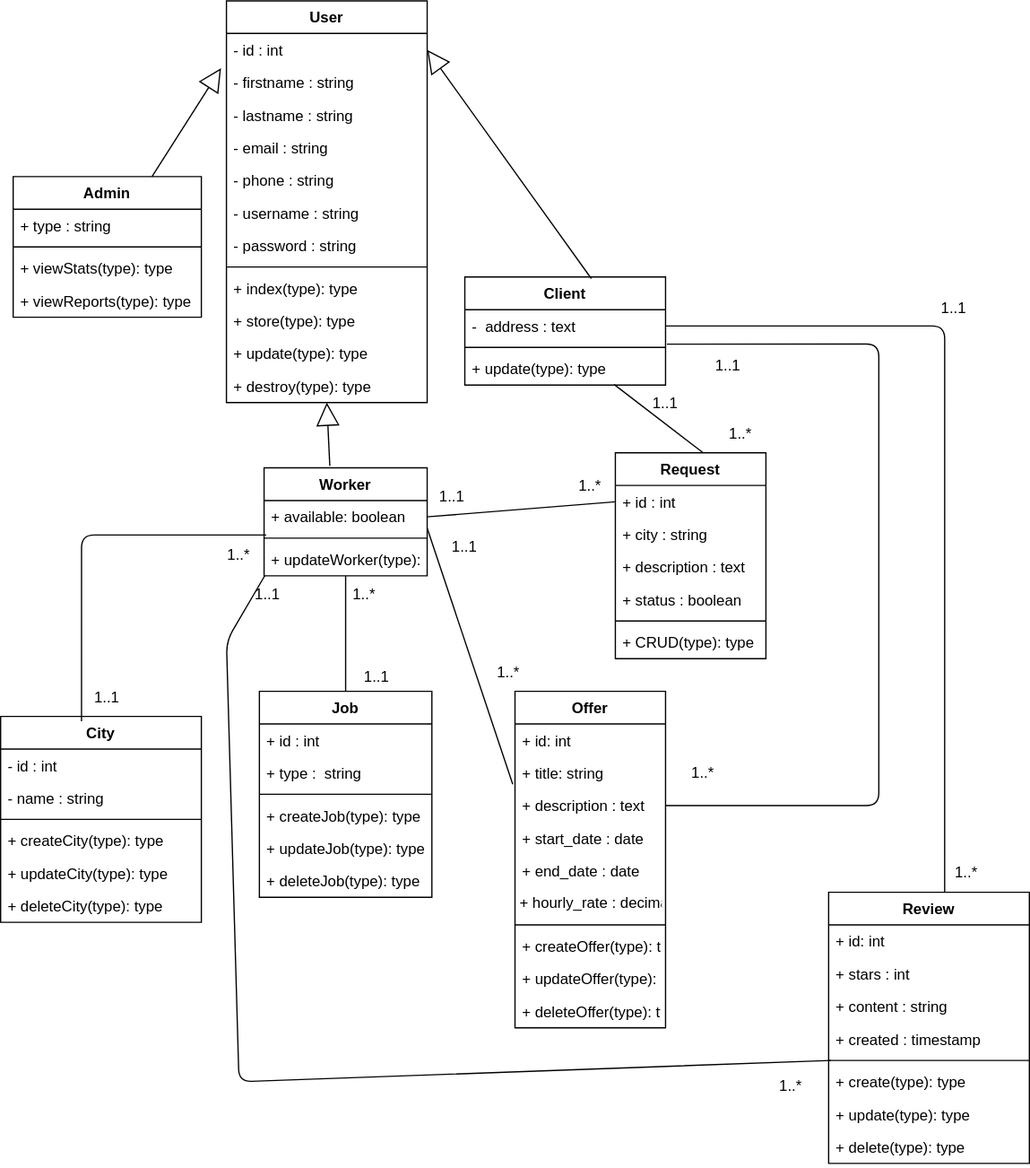
Before: Conception/DCLASSE.drawio.svg, a diagram exported from draw.io (abdelalicode/BRICOOL). Source tidied: cells renumbered, new cells last; positions are measured from the earlier drawing's top-left corner, leaving out a move shared by most shapes.
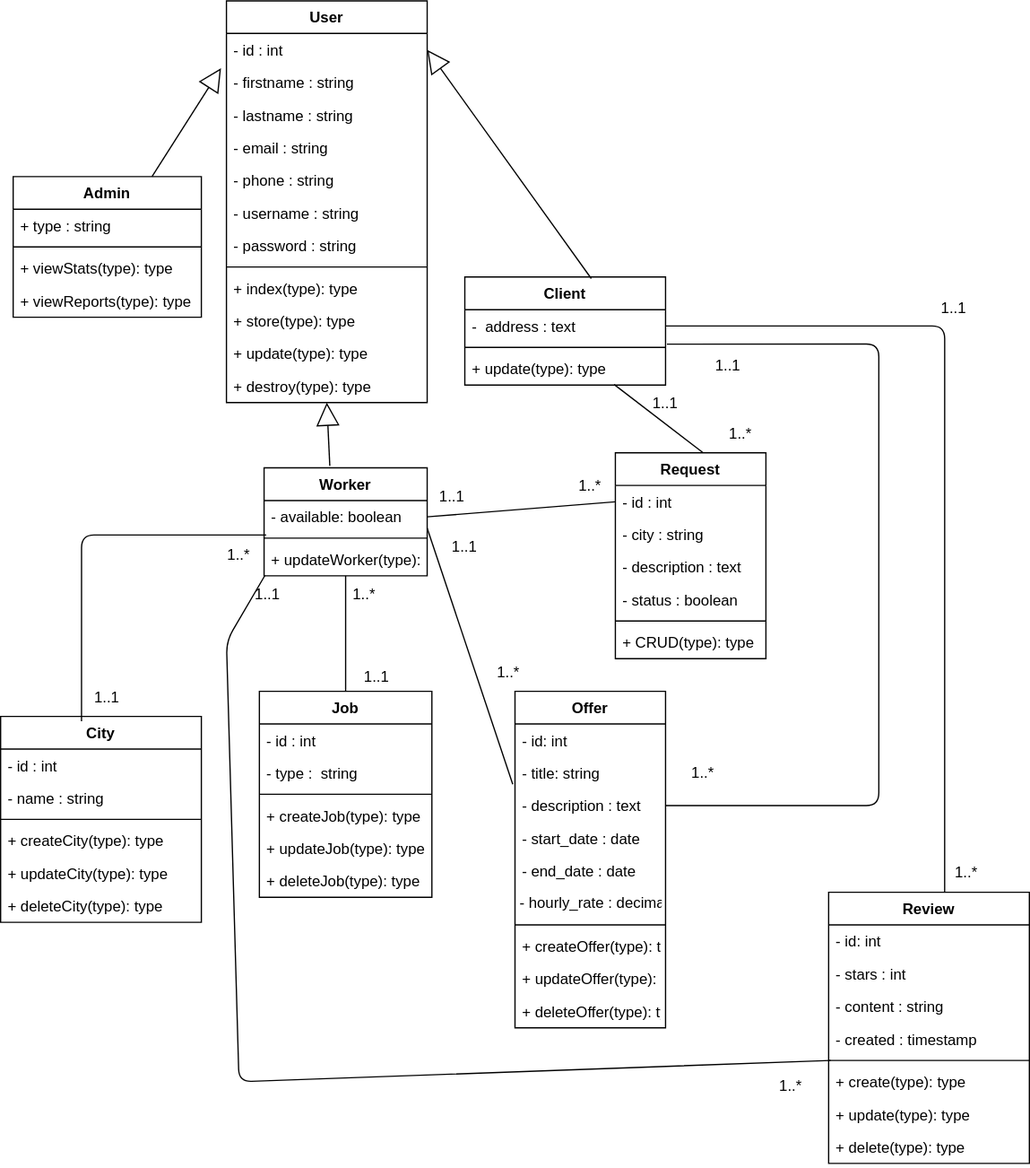
After the change.

The edit, as a diff of the source:
```diff
@@ -20,7 +20,7 @@
     <mxCell id="7" value="Worker" style="swimlane;fontStyle=1;align=center;verticalAlign=top;horizontal=1;startSize=26;" parent="1" vertex="1">
       <mxGeometry x="210" y="372" width="130" height="86" as="geometry" />
     </mxCell>
-    <mxCell id="8" value="+ available: boolean" style="text;strokeColor=none;fillColor=none;align=left;verticalAlign=top;spacingLeft=4;spacingRight=4;overflow=hidden;points=[[0,0.5],[1,0.5]];portConstraint=eastwest;" parent="7" vertex="1">
+    <mxCell id="8" value="- available: boolean" style="text;strokeColor=none;fillColor=none;align=left;verticalAlign=top;spacingLeft=4;spacingRight=4;overflow=hidden;points=[[0,0.5],[1,0.5]];portConstraint=eastwest;" parent="7" vertex="1">
       <mxGeometry y="26" width="130" height="26" as="geometry" />
     </mxCell>
     <mxCell id="9" style="line;strokeWidth=1;fillColor=none;align=left;verticalAlign=middle;spacingTop=-1;spacingLeft=3;spacingRight=3;labelPosition=right;strokeColor=inherit;" parent="7" vertex="1">
@@ -104,10 +104,10 @@
     <mxCell id="35" value="Job" style="swimlane;fontStyle=1;align=center;verticalAlign=top;horizontal=1;startSize=26;" parent="1" vertex="1">
       <mxGeometry x="206.2" y="550" width="137.5" height="164" as="geometry" />
     </mxCell>
-    <mxCell id="36" value="+ id : int" style="text;strokeColor=none;fillColor=none;align=left;verticalAlign=top;spacingLeft=4;spacingRight=4;overflow=hidden;" parent="35" vertex="1">
+    <mxCell id="36" value="- id : int" style="text;strokeColor=none;fillColor=none;align=left;verticalAlign=top;spacingLeft=4;spacingRight=4;overflow=hidden;" parent="35" vertex="1">
       <mxGeometry y="26" width="137.5" height="26" as="geometry" />
     </mxCell>
-    <mxCell id="37" value="+ type :  string" style="text;strokeColor=none;fillColor=none;align=left;verticalAlign=top;spacingLeft=4;spacingRight=4;overflow=hidden;" parent="35" vertex="1">
+    <mxCell id="37" value="- type :  string" style="text;strokeColor=none;fillColor=none;align=left;verticalAlign=top;spacingLeft=4;spacingRight=4;overflow=hidden;" parent="35" vertex="1">
       <mxGeometry y="52" width="137.5" height="26" as="geometry" />
     </mxCell>
     <mxCell id="38" style="line;strokeWidth=1;fillColor=none;align=left;verticalAlign=middle;spacingTop=-1;spacingLeft=3;spacingRight=3;labelPosition=right;strokeColor=inherit;" parent="35" vertex="1">
@@ -125,16 +125,16 @@
     <mxCell id="42" value="Request" style="swimlane;fontStyle=1;align=center;verticalAlign=top;horizontal=1;startSize=26;" parent="1" vertex="1">
       <mxGeometry x="490" y="360" width="120" height="164" as="geometry" />
     </mxCell>
-    <mxCell id="43" value="+ id : int" style="text;strokeColor=none;fillColor=none;align=left;verticalAlign=top;spacingLeft=4;spacingRight=4;overflow=hidden;points=[[0,0.5],[1,0.5]];portConstraint=eastwest;" parent="42" vertex="1">
+    <mxCell id="43" value="- id : int" style="text;strokeColor=none;fillColor=none;align=left;verticalAlign=top;spacingLeft=4;spacingRight=4;overflow=hidden;points=[[0,0.5],[1,0.5]];portConstraint=eastwest;" parent="42" vertex="1">
       <mxGeometry y="26" width="120" height="26" as="geometry" />
     </mxCell>
-    <mxCell id="44" value="+ city : string" style="text;strokeColor=none;fillColor=none;align=left;verticalAlign=top;spacingLeft=4;spacingRight=4;overflow=hidden;" parent="42" vertex="1">
+    <mxCell id="44" value="- city : string" style="text;strokeColor=none;fillColor=none;align=left;verticalAlign=top;spacingLeft=4;spacingRight=4;overflow=hidden;" parent="42" vertex="1">
       <mxGeometry y="52" width="120" height="26" as="geometry" />
     </mxCell>
-    <mxCell id="45" value="+ description : text" style="text;strokeColor=none;fillColor=none;align=left;verticalAlign=top;spacingLeft=4;spacingRight=4;overflow=hidden;" parent="42" vertex="1">
+    <mxCell id="45" value="- description : text" style="text;strokeColor=none;fillColor=none;align=left;verticalAlign=top;spacingLeft=4;spacingRight=4;overflow=hidden;" parent="42" vertex="1">
       <mxGeometry y="78" width="120" height="26" as="geometry" />
     </mxCell>
-    <mxCell id="46" value="+ status : boolean" style="text;strokeColor=none;fillColor=none;align=left;verticalAlign=top;spacingLeft=4;spacingRight=4;overflow=hidden;" parent="42" vertex="1">
+    <mxCell id="46" value="- status : boolean" style="text;strokeColor=none;fillColor=none;align=left;verticalAlign=top;spacingLeft=4;spacingRight=4;overflow=hidden;" parent="42" vertex="1">
       <mxGeometry y="104" width="120" height="26" as="geometry" />
     </mxCell>
     <mxCell id="47" style="line;strokeWidth=1;fillColor=none;align=left;verticalAlign=middle;spacingTop=-1;spacingLeft=3;spacingRight=3;labelPosition=right;strokeColor=inherit;" parent="42" vertex="1">
@@ -146,16 +146,16 @@
     <mxCell id="49" value="Review" style="swimlane;fontStyle=1;align=center;verticalAlign=top;horizontal=1;startSize=26;" parent="1" vertex="1">
       <mxGeometry x="660" y="710" width="160" height="216" as="geometry" />
     </mxCell>
-    <mxCell id="50" value="+ id: int" style="text;strokeColor=none;fillColor=none;align=left;verticalAlign=top;spacingLeft=4;spacingRight=4;overflow=hidden;" parent="49" vertex="1">
+    <mxCell id="50" value="- id: int" style="text;strokeColor=none;fillColor=none;align=left;verticalAlign=top;spacingLeft=4;spacingRight=4;overflow=hidden;" parent="49" vertex="1">
       <mxGeometry y="26" width="160" height="26" as="geometry" />
     </mxCell>
-    <mxCell id="51" value="+ stars : int" style="text;strokeColor=none;fillColor=none;align=left;verticalAlign=top;spacingLeft=4;spacingRight=4;overflow=hidden;" parent="49" vertex="1">
+    <mxCell id="51" value="- stars : int" style="text;strokeColor=none;fillColor=none;align=left;verticalAlign=top;spacingLeft=4;spacingRight=4;overflow=hidden;" parent="49" vertex="1">
       <mxGeometry y="52" width="160" height="26" as="geometry" />
     </mxCell>
-    <mxCell id="52" value="+ content : string" style="text;strokeColor=none;fillColor=none;align=left;verticalAlign=top;spacingLeft=4;spacingRight=4;overflow=hidden;" parent="49" vertex="1">
+    <mxCell id="52" value="- content : string" style="text;strokeColor=none;fillColor=none;align=left;verticalAlign=top;spacingLeft=4;spacingRight=4;overflow=hidden;" parent="49" vertex="1">
       <mxGeometry y="78" width="160" height="26" as="geometry" />
     </mxCell>
-    <mxCell id="53" value="+ created : timestamp" style="text;strokeColor=none;fillColor=none;align=left;verticalAlign=top;spacingLeft=4;spacingRight=4;overflow=hidden;" parent="49" vertex="1">
+    <mxCell id="53" value="- created : timestamp" style="text;strokeColor=none;fillColor=none;align=left;verticalAlign=top;spacingLeft=4;spacingRight=4;overflow=hidden;" parent="49" vertex="1">
       <mxGeometry y="104" width="160" height="26" as="geometry" />
     </mxCell>
     <mxCell id="54" style="line;strokeWidth=1;fillColor=none;align=left;verticalAlign=middle;spacingTop=-1;spacingLeft=3;spacingRight=3;labelPosition=right;strokeColor=inherit;" parent="49" vertex="1">
@@ -193,22 +193,22 @@
     <mxCell id="64" value="Offer" style="swimlane;fontStyle=1;align=center;verticalAlign=top;horizontal=1;startSize=26;" parent="1" vertex="1">
       <mxGeometry x="410" y="550" width="120" height="268" as="geometry" />
     </mxCell>
-    <mxCell id="65" value="+ id: int" style="text;strokeColor=none;fillColor=none;align=left;verticalAlign=top;spacingLeft=4;spacingRight=4;overflow=hidden;" parent="64" vertex="1">
+    <mxCell id="65" value="- id: int" style="text;strokeColor=none;fillColor=none;align=left;verticalAlign=top;spacingLeft=4;spacingRight=4;overflow=hidden;" parent="64" vertex="1">
       <mxGeometry y="26" width="120" height="26" as="geometry" />
     </mxCell>
-    <mxCell id="66" value="+ title: string" style="text;strokeColor=none;fillColor=none;align=left;verticalAlign=top;spacingLeft=4;spacingRight=4;overflow=hidden;points=[[0,0.5],[1,0.5]];portConstraint=eastwest;" parent="64" vertex="1">
+    <mxCell id="66" value="- title: string" style="text;strokeColor=none;fillColor=none;align=left;verticalAlign=top;spacingLeft=4;spacingRight=4;overflow=hidden;points=[[0,0.5],[1,0.5]];portConstraint=eastwest;" parent="64" vertex="1">
       <mxGeometry y="52" width="120" height="26" as="geometry" />
     </mxCell>
-    <mxCell id="67" value="+ description : text" style="text;strokeColor=none;fillColor=none;align=left;verticalAlign=top;spacingLeft=4;spacingRight=4;overflow=hidden;points=[[0,0.5],[1,0.5]];portConstraint=eastwest;" parent="64" vertex="1">
+    <mxCell id="67" value="- description : text" style="text;strokeColor=none;fillColor=none;align=left;verticalAlign=top;spacingLeft=4;spacingRight=4;overflow=hidden;points=[[0,0.5],[1,0.5]];portConstraint=eastwest;" parent="64" vertex="1">
       <mxGeometry y="78" width="120" height="26" as="geometry" />
     </mxCell>
-    <mxCell id="68" value="+ start_date : date" style="text;strokeColor=none;fillColor=none;align=left;verticalAlign=top;spacingLeft=4;spacingRight=4;overflow=hidden;" parent="64" vertex="1">
+    <mxCell id="68" value="- start_date : date" style="text;strokeColor=none;fillColor=none;align=left;verticalAlign=top;spacingLeft=4;spacingRight=4;overflow=hidden;" parent="64" vertex="1">
       <mxGeometry y="104" width="120" height="26" as="geometry" />
     </mxCell>
-    <mxCell id="69" value="+ end_date : date" style="text;strokeColor=none;fillColor=none;align=left;verticalAlign=top;spacingLeft=4;spacingRight=4;overflow=hidden;" parent="64" vertex="1">
+    <mxCell id="69" value="- end_date : date" style="text;strokeColor=none;fillColor=none;align=left;verticalAlign=top;spacingLeft=4;spacingRight=4;overflow=hidden;" parent="64" vertex="1">
       <mxGeometry y="130" width="120" height="26" as="geometry" />
     </mxCell>
-    <mxCell id="70" value="+ hourly_rate : decimal" style="text;strokeColor=none;fillColor=none;align=left;verticalAlign=top;spacingLeft=3;spacingRight=4;overflow=hidden;spacing=1;" parent="64" vertex="1">
+    <mxCell id="70" value="- hourly_rate : decimal" style="text;strokeColor=none;fillColor=none;align=left;verticalAlign=top;spacingLeft=3;spacingRight=4;overflow=hidden;spacing=1;" parent="64" vertex="1">
       <mxGeometry y="156" width="120" height="26" as="geometry" />
     </mxCell>
     <mxCell id="71" style="line;strokeWidth=1;fillColor=none;align=left;verticalAlign=middle;spacingTop=-1;spacingLeft=3;spacingRight=3;labelPosition=right;strokeColor=inherit;" parent="64" vertex="1">
```
